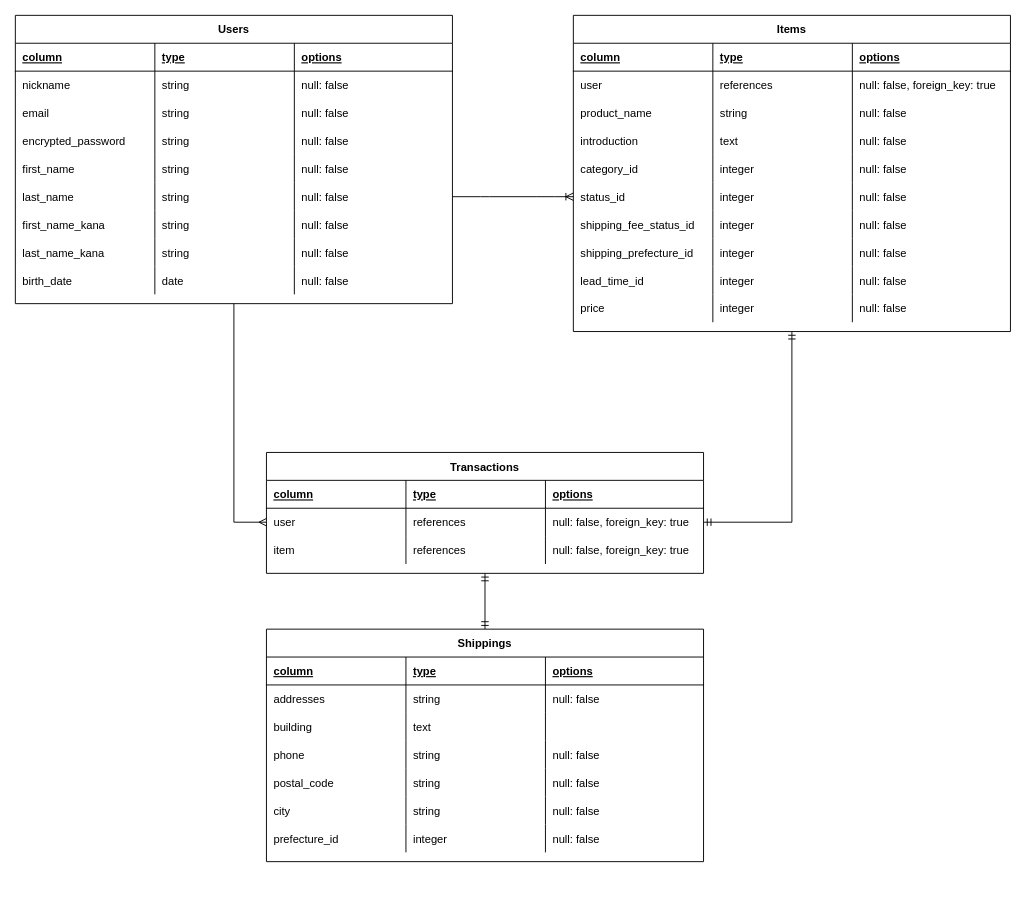
This is ER.drawio from mzw86020424/furima-32049, a draw.io file, before an edit. Source tidied: cells renumbered, new cells numbered last; positions are measured from the earlier drawing's top-left corner, leaving out a move shared by most shapes. Both pictures are drawn from the tidied source at 93%, with x=0, y=0 at pixel (15, 15).
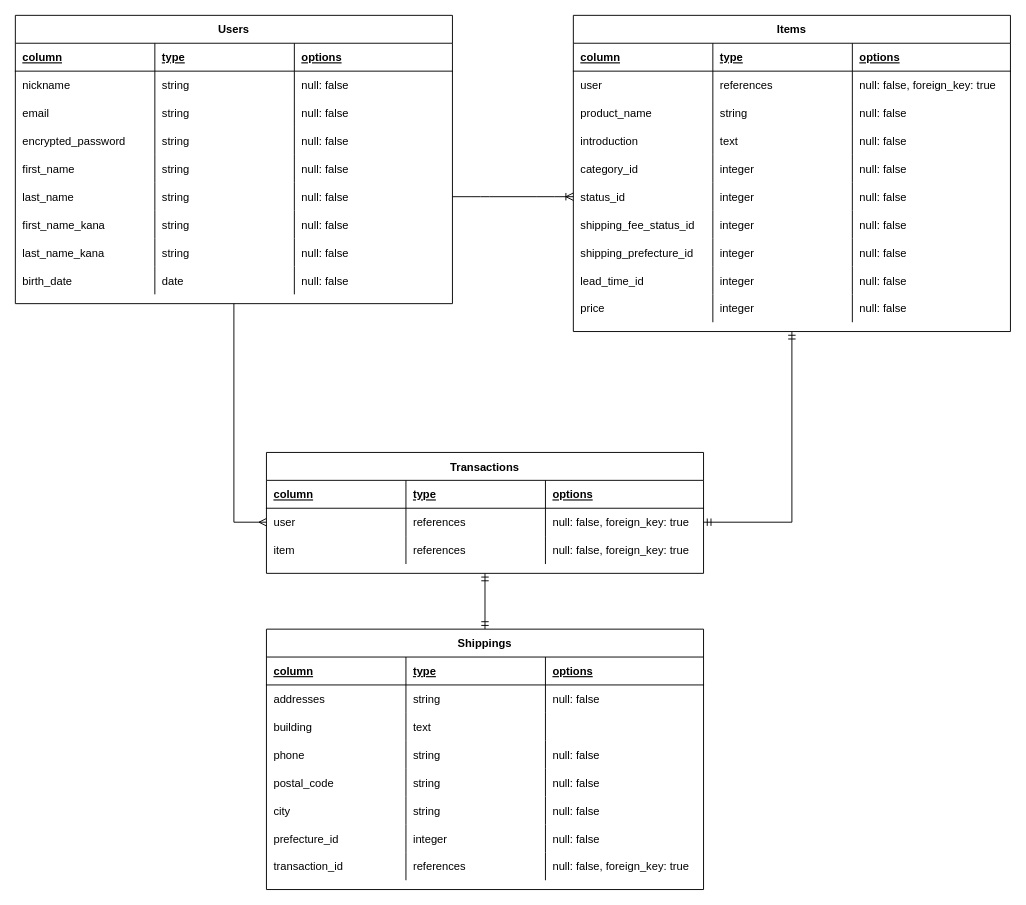
Above is the later version.

Commit message (it also covers changes not shown here):
ER図・DB設計作成_修正v2

What changed in the source:
```diff
@@
     <mxCell id="97" value="Shippings" style="shape=table;startSize=30;childLayout=tableLayout;rowLines=0;fontStyle=1;align=center;" parent="1" vertex="1">
-      <mxGeometry x="270" y="660" width="470" height="250" as="geometry" />
+      <mxGeometry x="270" y="660" width="470" height="280" as="geometry" />
     </mxCell>
@@
+    <mxCell id="126" style="shape=partialRectangle;fillColor=none;top=0;left=0;bottom=0;right=0;" parent="97" vertex="1">
+      <mxGeometry y="240" width="470" height="30" as="geometry" />
+    </mxCell>
+    <mxCell id="127" value="transaction_id" style="shape=partialRectangle;fillColor=none;top=0;left=0;bottom=0;right=0;align=left;spacingLeft=6;overflow=hidden;" parent="126" vertex="1">
+      <mxGeometry width="150" height="30" as="geometry" />
+    </mxCell>
+    <mxCell id="128" value="references" style="shape=partialRectangle;fillColor=none;top=0;left=0;bottom=0;right=0;align=left;spacingLeft=6;overflow=hidden;" parent="126" vertex="1">
+      <mxGeometry x="150" width="150" height="30" as="geometry" />
+    </mxCell>
+    <mxCell id="129" value="null: false, foreign_key: true" style="shape=partialRectangle;fillColor=none;top=0;left=0;bottom=0;right=0;align=left;spacingLeft=6;overflow=hidden;" parent="126" vertex="1">
+      <mxGeometry x="300" width="170" height="30" as="geometry" />
+    </mxCell>
```
